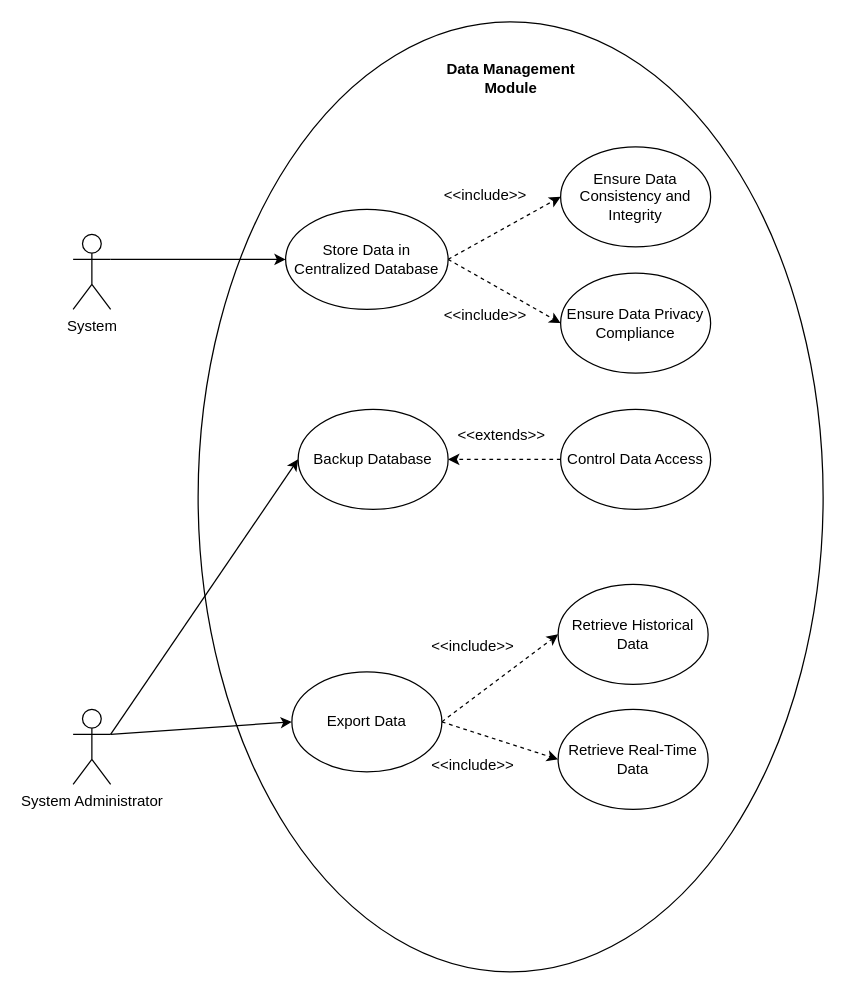
This is UseCaseDiagram.drawio from EzraChai/CMT221-Assignment, a draw.io file, before an edit. Source tidied: cells renumbered, new cells numbered last; positions are measured from the earlier drawing's top-left corner, leaving out a move shared by most shapes. Both pictures are drawn from the tidied source at 125%, with x=0, y=0 at pixel (72, 21).
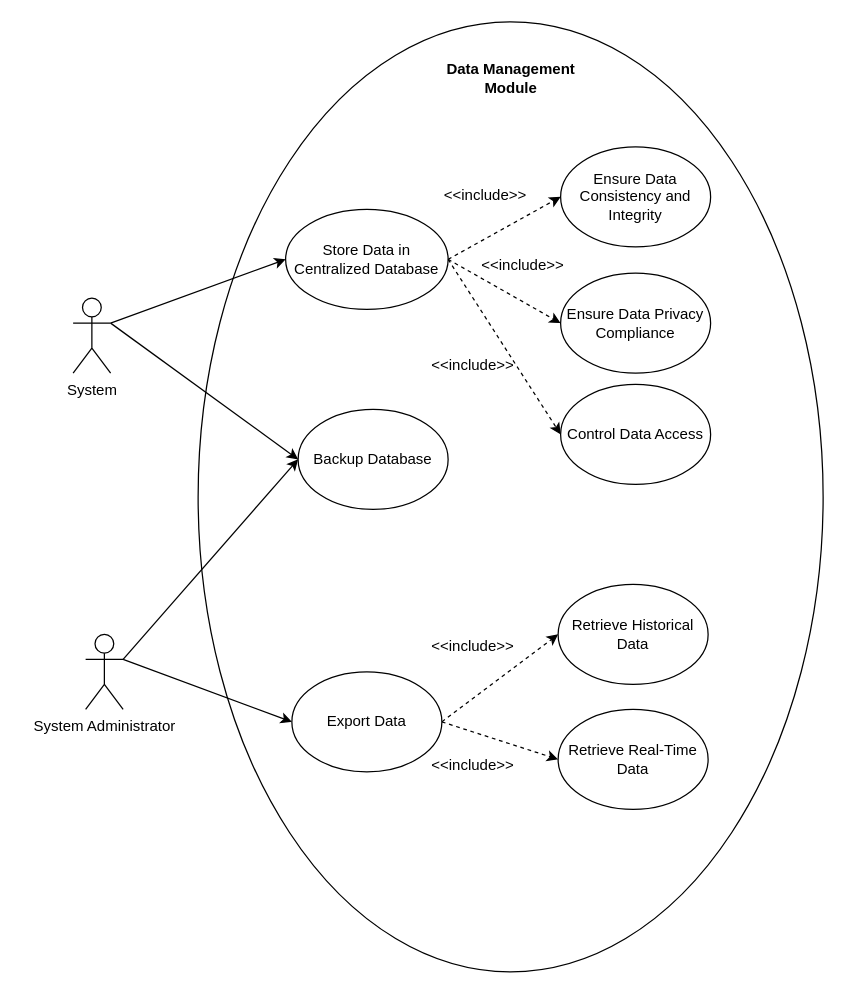
After the change.

Unchanged cells that the change refers to:
```xml
<mxCell id="9" value="Store Data in Centralized Database" style="ellipse;whiteSpace=wrap;html=1;" parent="1" vertex="1">
  <mxGeometry x="170" y="150" width="130" height="80" as="geometry" />
</mxCell>
<mxCell id="12" value="Backup Database" style="ellipse;whiteSpace=wrap;html=1;" parent="1" vertex="1">
  <mxGeometry x="180" y="310" width="120" height="80" as="geometry" />
</mxCell>
```

The edit, as a diff of the source:
```diff
@@
     <mxCell id="6" value="&lt;span&gt;System Administrator&lt;/span&gt; " style="shape=umlActor;verticalLabelPosition=bottom;verticalAlign=top;html=1;outlineConnect=0;" parent="1" vertex="1">
-      <mxGeometry y="550" width="30" height="60" as="geometry" />
+      <mxGeometry x="10" y="490" width="30" height="60" as="geometry" />
     </mxCell>
@@
-    <mxCell id="11" style="edgeStyle=orthogonalEdgeStyle;rounded=0;jettySize=auto;html=1;exitX=0;exitY=0.5;exitDx=0;exitDy=0;entryX=1;entryY=0.5;entryDx=0;entryDy=0;dashed=1;" parent="1" edge="1" source="13" target="12">
-      <mxGeometry relative="1" as="geometry" />
-    </mxCell>
@@
     <mxCell id="13" value="Control Data Access" style="ellipse;whiteSpace=wrap;html=1;" parent="1" vertex="1">
-      <mxGeometry x="390" y="310" width="120" height="80" as="geometry" />
+      <mxGeometry x="390" y="290" width="120" height="80" as="geometry" />
     </mxCell>
@@
     <mxCell id="20" value="&amp;lt;&amp;lt;include&amp;gt;&amp;gt;" style="text;html=1;whiteSpace=wrap;strokeColor=none;fillColor=none;align=center;verticalAlign=middle;rounded=0;" parent="1" vertex="1">
-      <mxGeometry x="300" y="220" width="60" height="30" as="geometry" />
+      <mxGeometry x="330" y="180" width="60" height="30" as="geometry" />
     </mxCell>
-    <mxCell id="21" value="&amp;lt;&amp;lt;extends&amp;gt;&amp;gt;" style="text;html=1;whiteSpace=wrap;strokeColor=none;fillColor=none;align=center;verticalAlign=middle;rounded=0;" parent="1" vertex="1">
-      <mxGeometry x="313" y="316" width="60" height="30" as="geometry" />
-    </mxCell>
@@
+    <mxCell id="28" style="rounded=0;jettySize=auto;html=1;exitX=1;exitY=0.3333333333333333;exitDx=0;exitDy=0;exitPerimeter=0;entryX=0;entryY=0.5;entryDx=0;entryDy=0;" parent="1" edge="1" source="27" target="12">
+      <mxGeometry relative="1" as="geometry" />
+    </mxCell>
     <mxCell id="27" value="&lt;span&gt;System&lt;/span&gt;" style="shape=umlActor;verticalLabelPosition=bottom;verticalAlign=top;html=1;outlineConnect=0;" parent="1" vertex="1">
-      <mxGeometry y="170" width="30" height="60" as="geometry" />
+      <mxGeometry y="221" width="30" height="60" as="geometry" />
     </mxCell>
+    <mxCell id="29" value="&amp;lt;&amp;lt;include&amp;gt;&amp;gt;" style="text;html=1;whiteSpace=wrap;strokeColor=none;fillColor=none;align=center;verticalAlign=middle;rounded=0;" parent="1" vertex="1">
+      <mxGeometry x="290" y="260" width="60" height="30" as="geometry" />
+    </mxCell>
+    <mxCell id="30" style="rounded=0;jettySize=auto;html=1;exitX=1;exitY=0.5;exitDx=0;exitDy=0;entryX=0;entryY=0.5;entryDx=0;entryDy=0;dashed=1;" parent="1" edge="1" source="9" target="13">
+      <mxGeometry relative="1" as="geometry" />
+    </mxCell>
```
